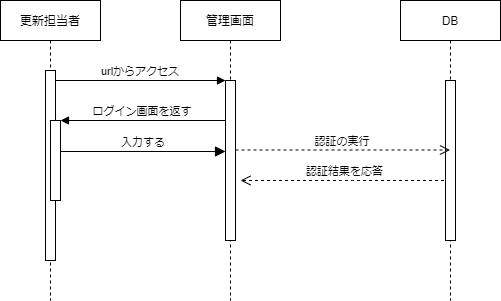
Earlier version of the draw.io export シーケンス図2.drawio.png (buyodo/webgis-dev-doc). Source tidied: cells renumbered, new cells last; positions are measured from the earlier drawing's top-left corner, leaving out a move shared by most shapes.
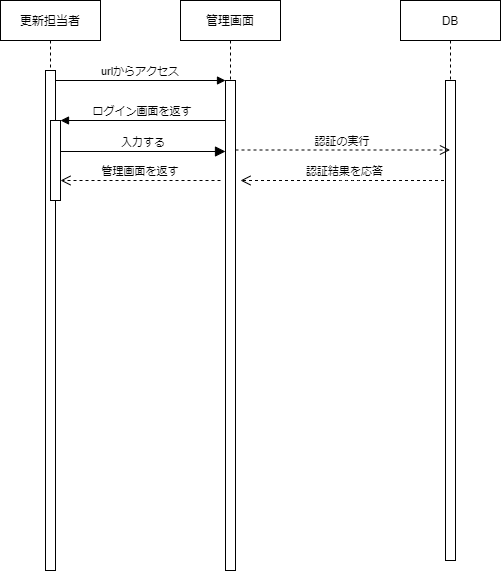
The same diagram one commit later.

Commit message:
シーケンス図2.drawio.png を更新します

Change to the diagram source:
```diff
@@ -3,19 +3,19 @@
     <mxCell id="0" />
     <mxCell id="1" parent="0" />
     <mxCell id="2" value="更新担当者" style="shape=umlLifeline;perimeter=lifelinePerimeter;rounded=0;shadow=0;strokeWidth=1;" parent="1" vertex="1">
-      <mxGeometry width="100" height="300" as="geometry" />
+      <mxGeometry width="100" height="570" as="geometry" />
     </mxCell>
     <mxCell id="3" style="points=[];perimeter=orthogonalPerimeter;rounded=0;shadow=0;strokeWidth=1;" parent="2" vertex="1">
-      <mxGeometry x="45" y="70" width="10" height="190" as="geometry" />
+      <mxGeometry x="45" y="70" width="10" height="500" as="geometry" />
     </mxCell>
     <mxCell id="4" style="points=[];perimeter=orthogonalPerimeter;rounded=0;shadow=0;strokeWidth=1;" parent="2" vertex="1">
       <mxGeometry x="50" y="120" width="10" height="80" as="geometry" />
     </mxCell>
     <mxCell id="5" value="管理画面" style="shape=umlLifeline;perimeter=lifelinePerimeter;rounded=0;shadow=0;strokeWidth=1;" parent="1" vertex="1">
-      <mxGeometry x="180" width="100" height="300" as="geometry" />
+      <mxGeometry x="180" width="100" height="570" as="geometry" />
     </mxCell>
     <mxCell id="6" style="points=[];perimeter=orthogonalPerimeter;rounded=0;shadow=0;strokeWidth=1;" parent="5" vertex="1">
-      <mxGeometry x="45" y="80" width="10" height="160" as="geometry" />
+      <mxGeometry x="45" y="80" width="10" height="490" as="geometry" />
     </mxCell>
     <mxCell id="7" value="認証結果を応答" style="verticalAlign=bottom;endArrow=open;dashed=1;endSize=8;shadow=0;strokeWidth=1;" parent="1" edge="1" source="11">
       <mxGeometry relative="1" as="geometry">
@@ -38,15 +38,24 @@
       </mxGeometry>
     </mxCell>
     <mxCell id="11" value="DB" style="shape=umlLifeline;perimeter=lifelinePerimeter;rounded=0;shadow=0;strokeWidth=1;" parent="1" vertex="1">
-      <mxGeometry x="400" width="100" height="300" as="geometry" />
+      <mxGeometry x="400" width="100" height="560" as="geometry" />
     </mxCell>
     <mxCell id="12" style="perimeter=orthogonalPerimeter;rounded=0;shadow=0;strokeWidth=1;" parent="11" vertex="1">
-      <mxGeometry x="45" y="80" width="10" height="160" as="geometry" />
+      <mxGeometry x="45" y="80" width="10" height="480" as="geometry" />
     </mxCell>
     <mxCell id="13" value="認証の実行" style="verticalAlign=bottom;endArrow=open;dashed=1;endSize=8;exitX=1;exitY=0.95;shadow=0;strokeWidth=1;" parent="1" edge="1" target="11">
       <mxGeometry relative="1" as="geometry">
         <mxPoint x="235" y="149.5" as="sourcePoint" />
       </mxGeometry>
     </mxCell>
+    <mxCell id="14" value="管理画面を返す" style="verticalAlign=bottom;endArrow=open;dashed=1;endSize=8;shadow=0;strokeWidth=1;" parent="1" edge="1">
+      <mxGeometry relative="1" as="geometry">
+        <mxPoint x="220" y="180" as="sourcePoint" />
+        <mxPoint x="60" y="180" as="targetPoint" />
+        <Array as="points">
+          <mxPoint x="170" y="180" />
+        </Array>
+      </mxGeometry>
+    </mxCell>
   </root>
 </mxGraphModel>
```
